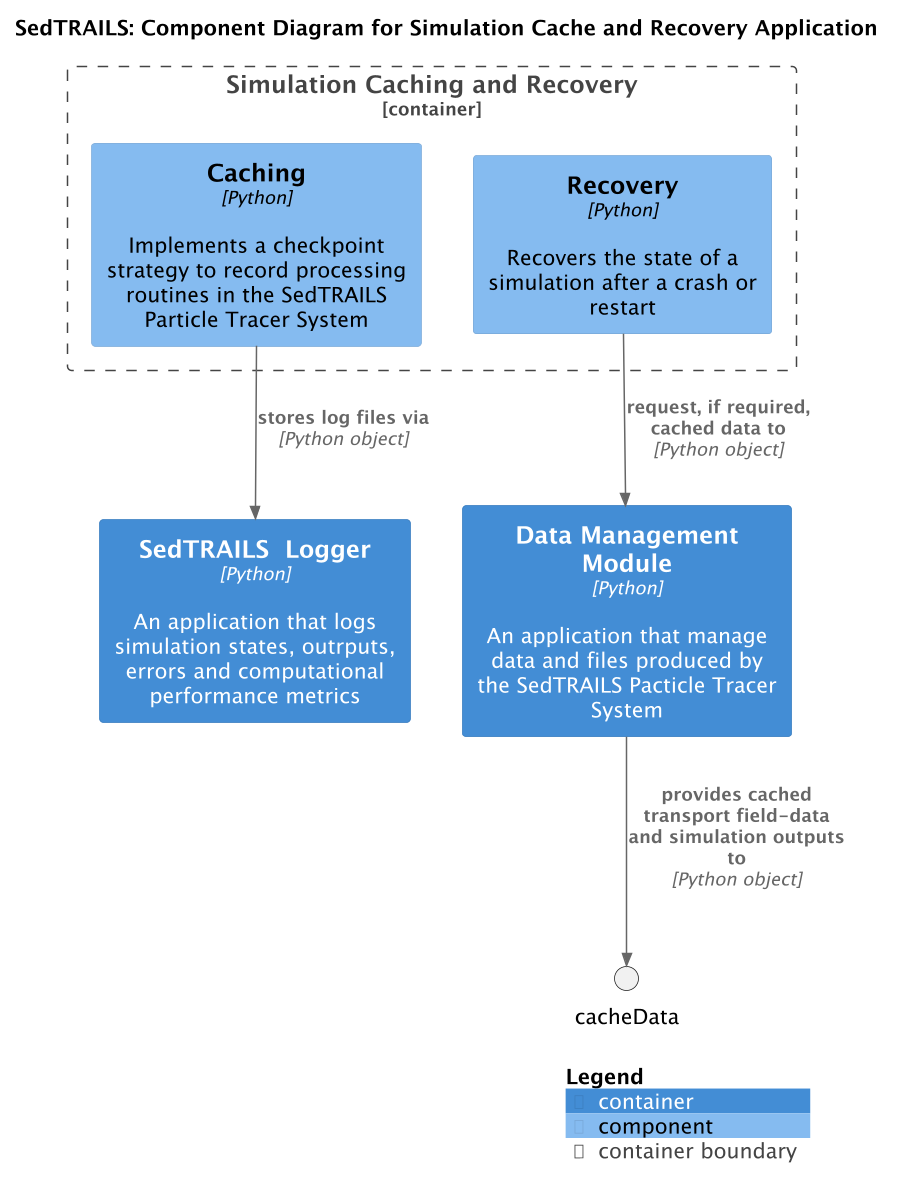
This is docs/_static/img/architecture/SedtrailComponentsCache.png from sgpearson17/sedtrails-sgp, a PlantUML export, as it was before one commit.
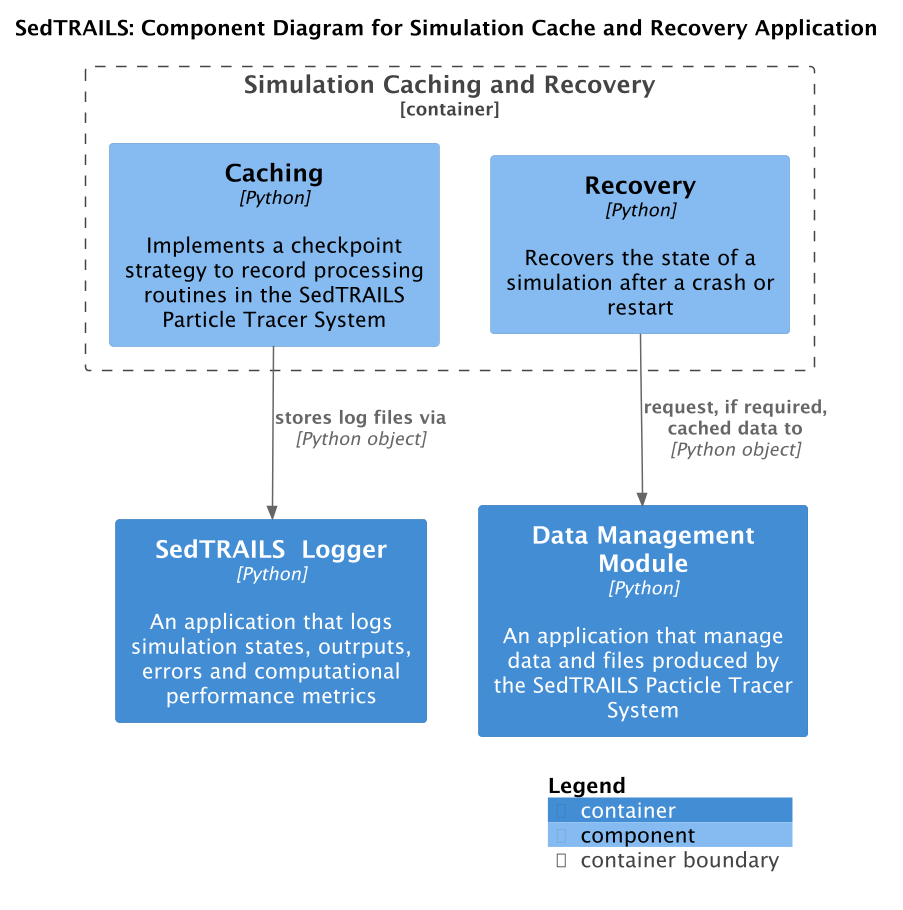
Above is the later version.

What changed in the source:
```diff
@@ -16,7 +16,7 @@
 
 Rel(recovery, dataManager , "request, if required, cached data to", "Python object")
 
-Rel(dataManager, cacheData, "provides cached transport field-data and simulation outputs to", "Python object")
+
 Rel(caching, sedtrailsLogger, "stores log files via", "Python object")
 
 SHOW_LEGEND()
```
